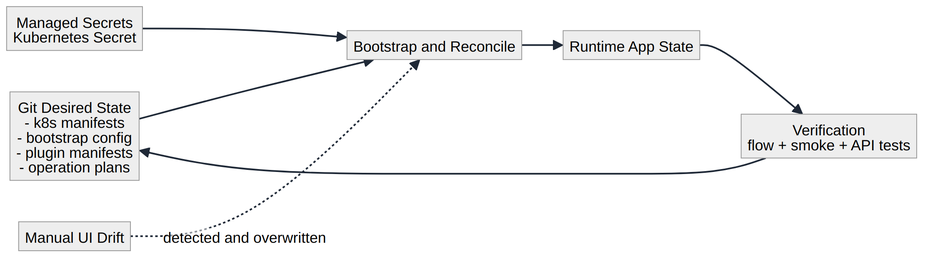
mploschiavo/mediaserver keeps this Mermaid diagram as docs/diagrams/source-of-truth-flow.png. Above is the earlier version. Its source is kept beside it as docs/diagrams/source-of-truth-flow.mmd.
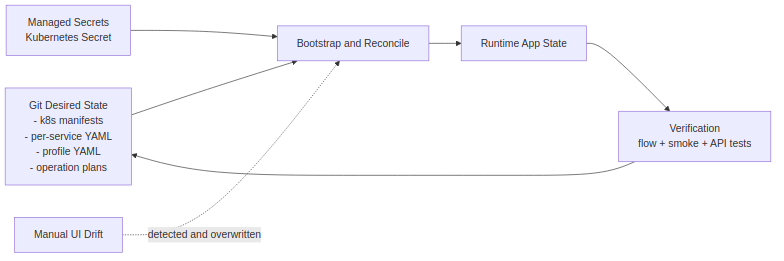
After the commit.

Commit message:
Fix source-of-truth-flow: plugin manifests → per-service YAML

Diff of the diagram source:
```diff
@@ -1,5 +1,5 @@
 flowchart LR
-  SRC[Git Desired State\n- k8s manifests\n- bootstrap config\n- plugin manifests\n- operation plans]
+  SRC[Git Desired State\n- k8s manifests\n- per-service YAML\n- profile YAML\n- operation plans]
   SEC[Managed Secrets\nKubernetes Secret]
   BOOT[Bootstrap and Reconcile]
   RUN[Runtime App State]
```
